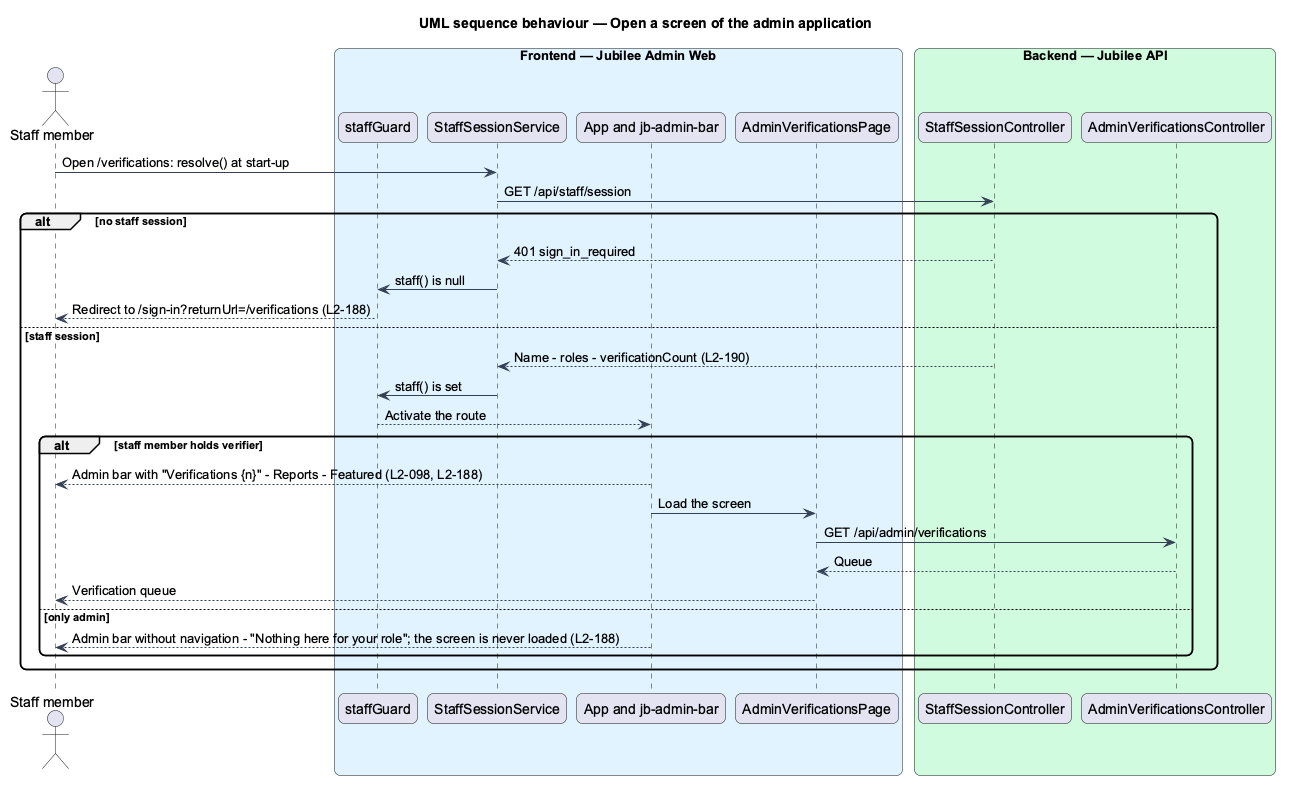
This is docs/detailed-designs/admin/run-admin-application/diagrams/sequence-open-screen.png from QuinntyneBrown/jubilee, a PlantUML export, as it was before one commit.
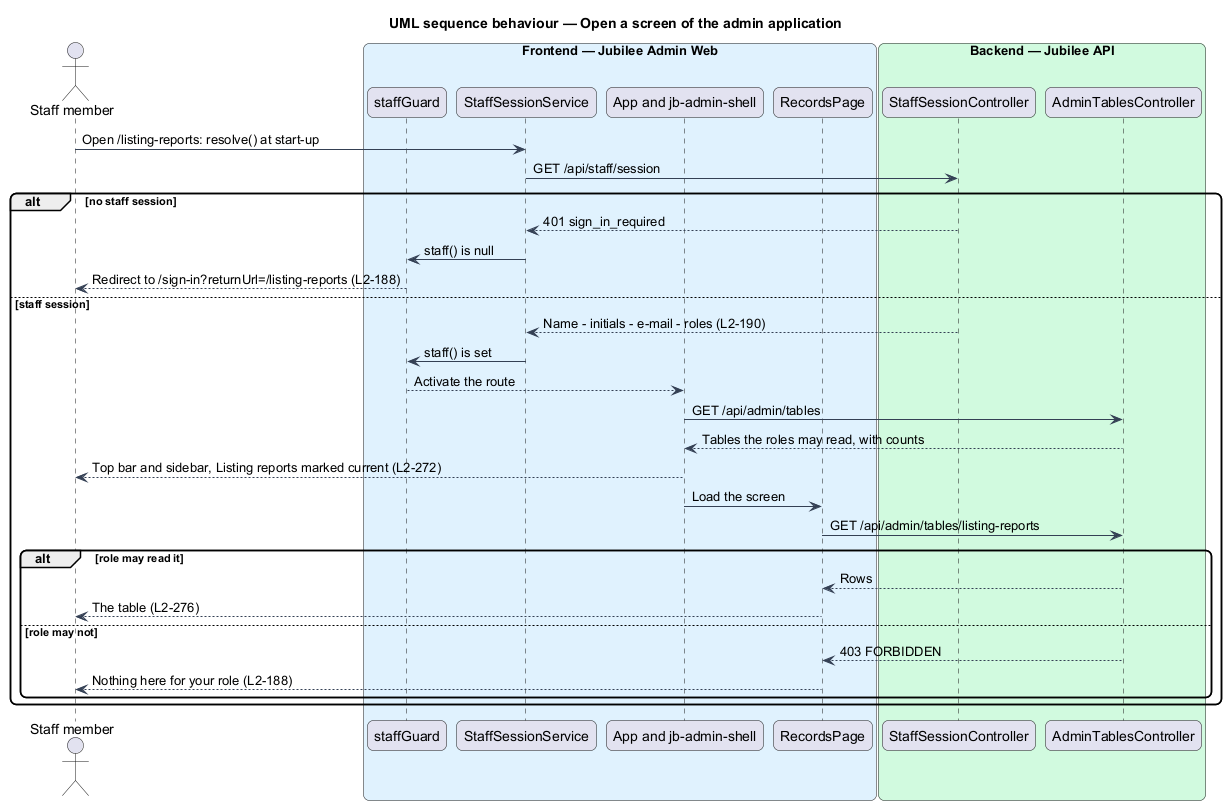
Later version of the same file.

The edit, as a diff of the source:
```diff
@@ -9,31 +9,34 @@
 box "Frontend — Jubilee Admin Web" #E0F2FE
   participant "staffGuard" as guard
   participant "StaffSessionService" as session
-  participant "App and jb-admin-bar" as shell
-  participant "AdminVerificationsPage" as page
+  participant "App and jb-admin-shell" as shell
+  participant "RecordsPage" as page
 end box
 box "Backend — Jubilee API" #D1FADF
   participant "StaffSessionController" as ctrl
-  participant "AdminVerificationsController" as admin
+  participant "AdminTablesController" as admin
 end box
-actor -> session : Open /verifications: resolve() at start-up
+actor -> session : Open /listing-reports: resolve() at start-up
 session -> ctrl : GET /api/staff/session
 alt no staff session
   ctrl --> session : 401 sign_in_required
   session -> guard : staff() is null
-  guard --> actor : Redirect to /sign-in?returnUrl=/verifications (L2-188)
+  guard --> actor : Redirect to /sign-in?returnUrl=/listing-reports (L2-188)
 else staff session
-  ctrl --> session : Name - roles - verificationCount (L2-190)
+  ctrl --> session : Name - initials - e-mail - roles (L2-190)
   session -> guard : staff() is set
   guard --> shell : Activate the route
-  alt staff member holds verifier
-    shell --> actor : Admin bar with "Verifications {n}" - Reports - Featured (L2-098, L2-188)
-    shell -> page : Load the screen
-    page -> admin : GET /api/admin/verifications
-    admin --> page : Queue
-    page --> actor : Verification queue
-  else only admin
-    shell --> actor : Admin bar without navigation - "Nothing here for your role"; the screen is never loaded (L2-188)
+  shell -> admin : GET /api/admin/tables
+  admin --> shell : Tables the roles may read, with counts
+  shell --> actor : Top bar and sidebar, Listing reports marked current (L2-272)
+  shell -> page : Load the screen
+  page -> admin : GET /api/admin/tables/listing-reports
+  alt role may read it
+    admin --> page : Rows
+    page --> actor : The table (L2-276)
+  else role may not
+    admin --> page : 403 FORBIDDEN
+    page --> actor : Nothing here for your role (L2-188)
   end
 end
 @enduml
```
